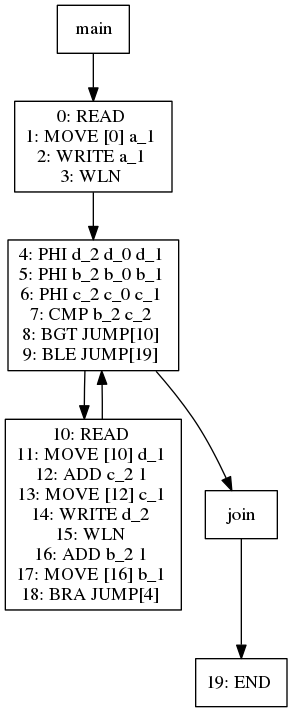
Before: viz/test031.dot.png, a diagram exported from Graphviz (jiahanwang/PL241-Compiler). Its source is kept beside it as viz/test031.dot.
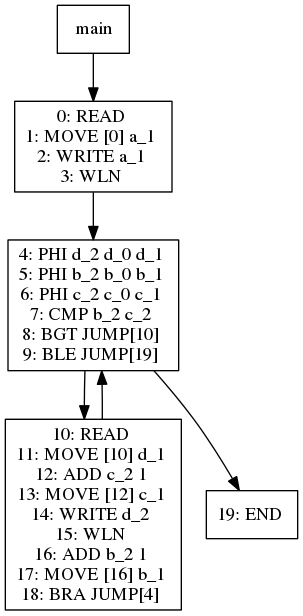
After the commit.

Diff of the diagram source:
```diff
@@ -27,9 +27,7 @@
 18: BRA JUMP[4]
 "]
 8 -> 6
-6 -> 7
-7[label="join"]
-7 -> 13
+6 -> 13
 13[label="19: END
 "]
 }
```
